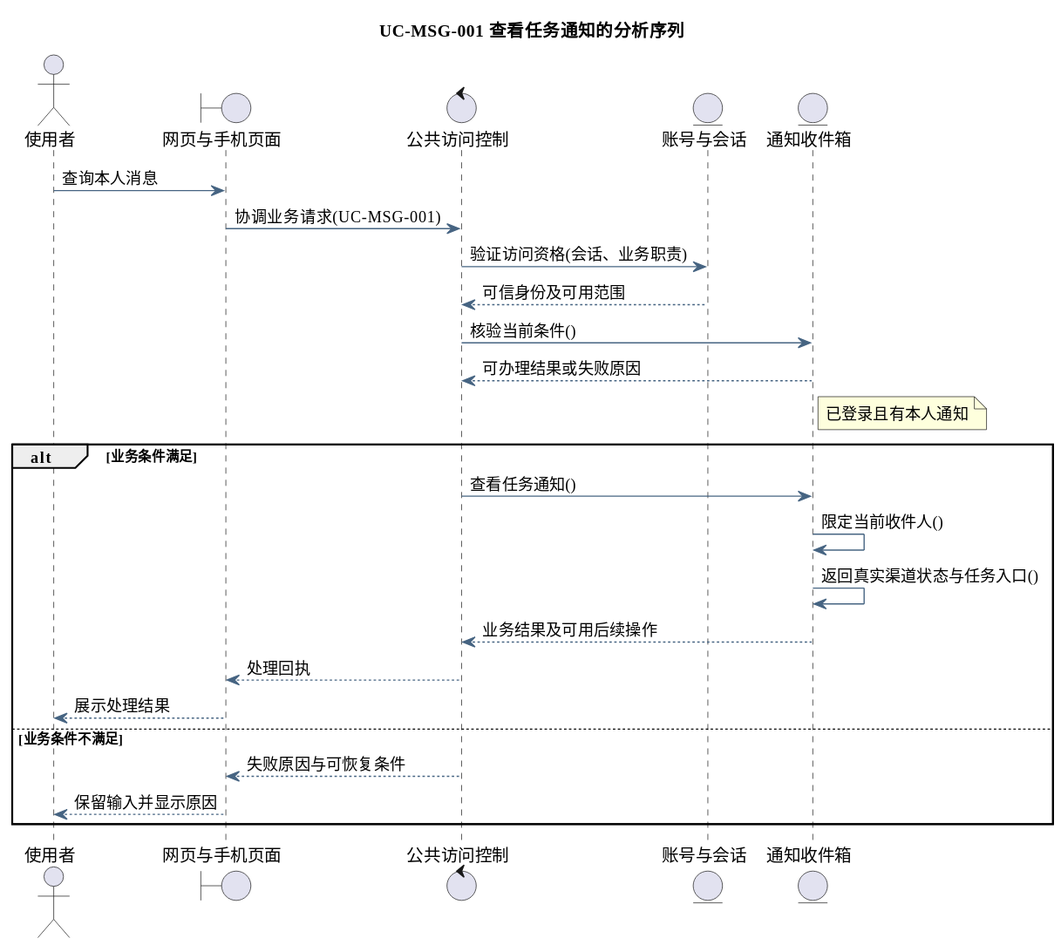
tccc1csu/miniprogram-csu keeps this PlantUML diagram as docs/diagrams/analysis/seq-uc-msg-001.svg. Above is the earlier version.
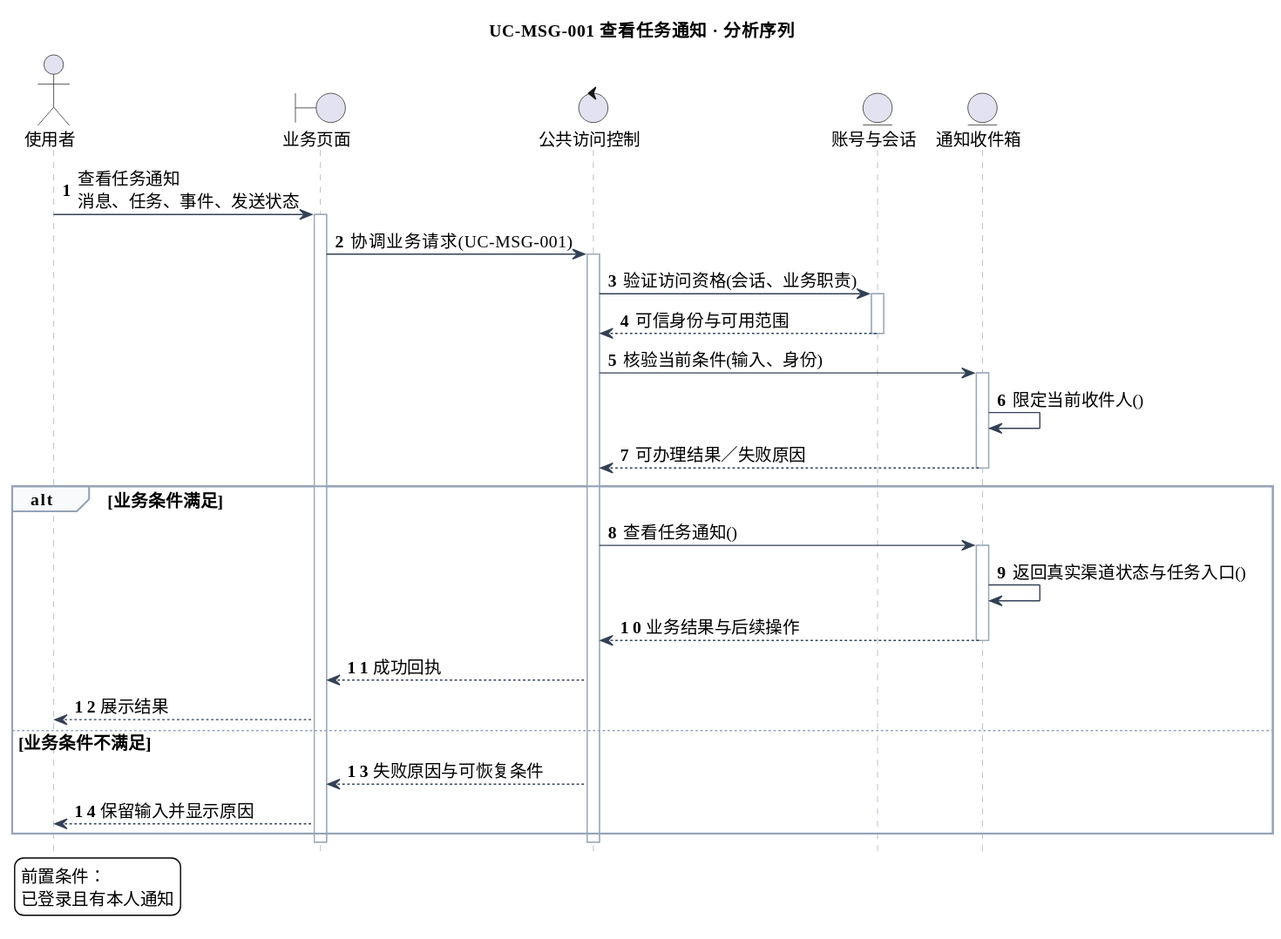
Later version of the same file.

What changed in the source:
```diff
@@ -5,30 +5,50 @@
 skinparam ArrowColor #466482
 skinparam classAttributeIconSize 0
 hide empty members
-title UC-MSG-001 查看任务通知的分析序列
+skinparam defaultFontSize 14
+skinparam sequenceLifeLineBorderColor #9AA8B8
+skinparam sequenceArrowColor #334155
+skinparam sequenceGroupBorderColor #94A3B8
+skinparam sequenceGroupBackgroundColor #F8FAFC
+skinparam sequenceParticipantPadding 18
+skinparam maxMessageSize 240
+hide footbox
+autonumber
+title UC-MSG-001 查看任务通知 · 分析序列
 actor "使用者" as actor
-boundary "网页与手机页面" as page
+boundary "业务页面" as page
 control "公共访问控制" as ctl
 entity "账号与会话" as identity
 entity "通知收件箱" as model
-actor -> page : 查询本人消息
+actor -> page : 查看任务通知\n消息、任务、事件、发送状态
+activate page
 page -> ctl : 协调业务请求(UC-MSG-001)
+activate ctl
 ctl -> identity : 验证访问资格(会话、业务职责)
-identity --> ctl : 可信身份及可用范围
-ctl -> model : 核验当前条件()
-model --> ctl : 可办理结果或失败原因
-note right of model
-已登录且有本人通知
-end note
+activate identity
+identity --> ctl : 可信身份与可用范围
+deactivate identity
+ctl -> model : 核验当前条件(输入、身份)
+activate model
+model -> model : 限定当前收件人()
+model --> ctl : 可办理结果／失败原因
+deactivate model
 alt 业务条件满足
 ctl -> model : 查看任务通知()
-model -> model : 限定当前收件人()
+activate model
 model -> model : 返回真实渠道状态与任务入口()
-model --> ctl : 业务结果及可用后续操作
-ctl --> page : 处理回执
-page --> actor : 展示处理结果
+model --> ctl : 业务结果与后续操作
+deactivate model
+ctl --> page : 成功回执
+page --> actor : 展示结果
 else 业务条件不满足
 ctl --> page : 失败原因与可恢复条件
 page --> actor : 保留输入并显示原因
 end
+deactivate ctl
+deactivate page
+legend bottom left
+前置条件：
+已登录且有本人通知
+endlegend
 @enduml
```
